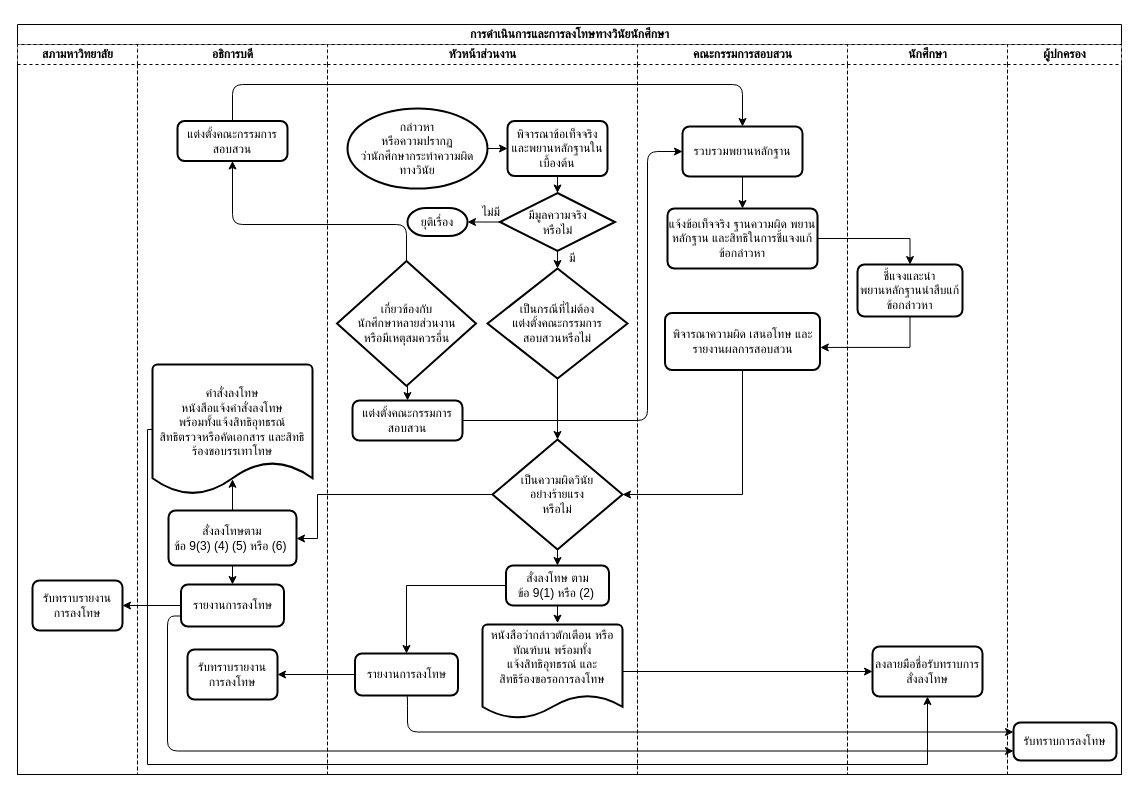
Above: Untitled Diagram.drawio in ninjacharlee/test (draw.io), before the change. Source tidied: cells renumbered, new cells numbered last; positions are measured from the earlier drawing's top-left corner, leaving out a move shared by most shapes. Both pictures are drawn from the tidied source at 100%, with x=0, y=0 at pixel (17, 24).
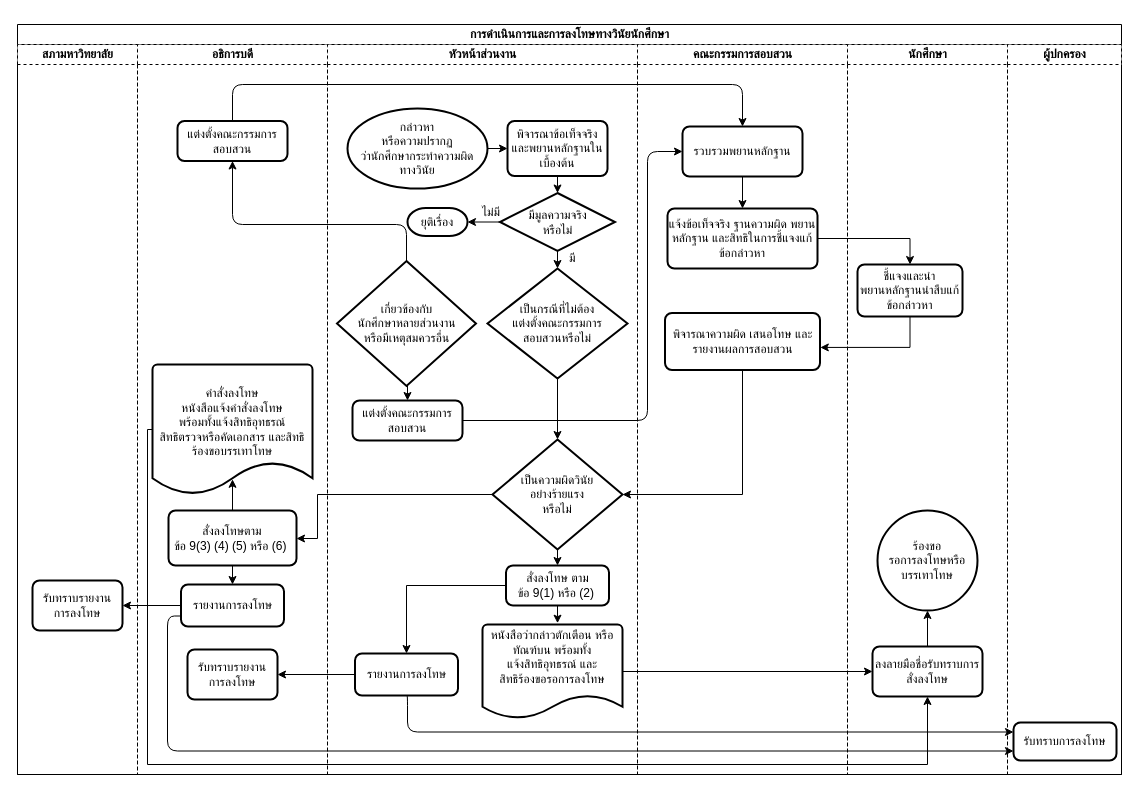
After the change.

The change refers to these unchanged cells:
```xml
<mxCell id="43" value="ลงลายมือชื่อรับทราบการสั่งลงโทษ" style="rounded=1;whiteSpace=wrap;html=1;absoluteArcSize=1;arcSize=14;strokeWidth=2;shadow=0;glass=0;comic=0;gradientColor=none;" parent="41" vertex="1">
  <mxGeometry x="25" y="602" width="110" height="50" as="geometry" />
</mxCell>
```

The edit, as a diff of the source:
```diff
@@
+    <mxCell id="59" value="ร้องขอ&lt;br&gt;รอการลงโทษหรือบรรเทาโทษ" style="strokeWidth=2;html=1;shape=mxgraph.flowchart.start_2;whiteSpace=wrap;" parent="1" vertex="1">
+      <mxGeometry x="860" y="486" width="100" height="100" as="geometry" />
+    </mxCell>
+    <mxCell id="60" style="edgeStyle=orthogonalEdgeStyle;rounded=0;jettySize=auto;html=1;exitX=0.5;exitY=0;exitDx=0;exitDy=0;entryX=0.5;entryY=1;entryDx=0;entryDy=0;entryPerimeter=0;" parent="1" edge="1" source="43" target="59">
+      <mxGeometry relative="1" as="geometry" />
+    </mxCell>
```
